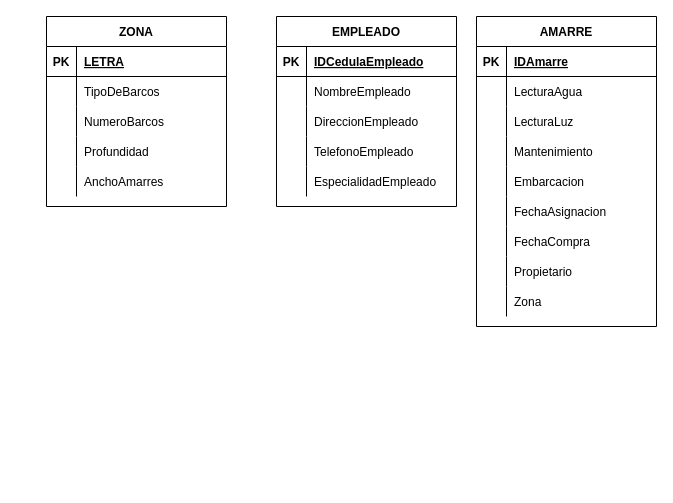
Above: bases de datos/ejercicio 26-10-21/ejercicio 1.drawio in Krono159/bases-de-datos (draw.io), before the change. Source tidied: cells renumbered, new cells numbered last; positions are measured from the earlier drawing's top-left corner, leaving out a move shared by most shapes. Both pictures are drawn from the tidied source at 100%, with x=0, y=0 at pixel (46, 16).
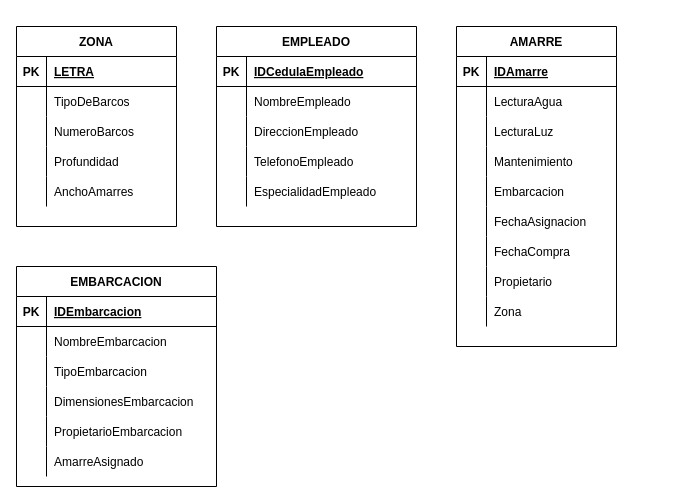
The same diagram, later.

Commit message:
Añadida tabla embarcacion

Diff of the diagram source:
```diff
@@
     <mxCell id="2" value="ZONA" style="shape=table;startSize=30;childLayout=tableLayout;rowLines=0;fontStyle=1;align=center;" parent="1" vertex="1">
-      <mxGeometry width="180" height="190" as="geometry" />
+      <mxGeometry x="-30" y="10" width="160" height="200" as="geometry" />
     </mxCell>
     <mxCell id="3" style="shape=partialRectangle;fillColor=none;top=0;left=0;bottom=1;right=0;" parent="2" vertex="1">
-      <mxGeometry y="30" width="180" height="30" as="geometry" />
+      <mxGeometry y="30" width="160" height="30" as="geometry" />
     </mxCell>
@@
     <mxCell id="5" value="LETRA" style="shape=partialRectangle;fillColor=none;top=0;left=0;bottom=0;right=0;align=left;spacingLeft=6;fontStyle=5;overflow=hidden;" parent="3" vertex="1">
-      <mxGeometry x="30" width="150" height="30" as="geometry" />
+      <mxGeometry x="30" width="130" height="30" as="geometry" />
     </mxCell>
     <mxCell id="6" style="shape=partialRectangle;fillColor=none;top=0;left=0;bottom=0;right=0;" parent="2" vertex="1">
-      <mxGeometry y="60" width="180" height="30" as="geometry" />
+      <mxGeometry y="60" width="160" height="30" as="geometry" />
     </mxCell>
@@
     <mxCell id="8" value="TipoDeBarcos" style="shape=partialRectangle;fillColor=none;top=0;left=0;bottom=0;right=0;align=left;spacingLeft=6;overflow=hidden;" parent="6" vertex="1">
-      <mxGeometry x="30" width="150" height="30" as="geometry" />
+      <mxGeometry x="30" width="130" height="30" as="geometry" />
     </mxCell>
     <mxCell id="9" style="shape=partialRectangle;fillColor=none;top=0;left=0;bottom=0;right=0;" parent="2" vertex="1">
-      <mxGeometry y="90" width="180" height="30" as="geometry" />
+      <mxGeometry y="90" width="160" height="30" as="geometry" />
     </mxCell>
@@
     <mxCell id="11" value="NumeroBarcos" style="shape=partialRectangle;fillColor=none;top=0;left=0;bottom=0;right=0;align=left;spacingLeft=6;overflow=hidden;" parent="9" vertex="1">
-      <mxGeometry x="30" width="150" height="30" as="geometry" />
+      <mxGeometry x="30" width="130" height="30" as="geometry" />
     </mxCell>
     <mxCell id="12" style="shape=partialRectangle;fillColor=none;top=0;left=0;bottom=0;right=0;" parent="2" vertex="1">
-      <mxGeometry y="120" width="180" height="30" as="geometry" />
+      <mxGeometry y="120" width="160" height="30" as="geometry" />
     </mxCell>
@@
     <mxCell id="14" value="Profundidad" style="shape=partialRectangle;fillColor=none;top=0;left=0;bottom=0;right=0;align=left;spacingLeft=6;overflow=hidden;" parent="12" vertex="1">
-      <mxGeometry x="30" width="150" height="30" as="geometry" />
+      <mxGeometry x="30" width="130" height="30" as="geometry" />
     </mxCell>
     <mxCell id="15" style="shape=partialRectangle;fillColor=none;top=0;left=0;bottom=0;right=0;" parent="2" vertex="1">
-      <mxGeometry y="150" width="180" height="30" as="geometry" />
+      <mxGeometry y="150" width="160" height="30" as="geometry" />
     </mxCell>
@@
     <mxCell id="17" value="AnchoAmarres" style="shape=partialRectangle;fillColor=none;top=0;left=0;bottom=0;right=0;align=left;spacingLeft=6;overflow=hidden;" parent="15" vertex="1">
-      <mxGeometry x="30" width="150" height="30" as="geometry" />
+      <mxGeometry x="30" width="130" height="30" as="geometry" />
     </mxCell>
     <mxCell id="18" value="EMPLEADO" style="shape=table;startSize=30;childLayout=tableLayout;rowLines=0;fontStyle=1;align=center;" parent="1" vertex="1">
-      <mxGeometry x="230" width="180" height="190" as="geometry" />
+      <mxGeometry x="170" y="10" width="200" height="200" as="geometry" />
     </mxCell>
     <mxCell id="19" style="shape=partialRectangle;fillColor=none;top=0;left=0;bottom=1;right=0;" parent="18" vertex="1">
-      <mxGeometry y="30" width="180" height="30" as="geometry" />
+      <mxGeometry y="30" width="200" height="30" as="geometry" />
     </mxCell>
@@
     <mxCell id="21" value="IDCedulaEmpleado" style="shape=partialRectangle;fillColor=none;top=0;left=0;bottom=0;right=0;align=left;spacingLeft=6;fontStyle=5;overflow=hidden;" parent="19" vertex="1">
-      <mxGeometry x="30" width="150" height="30" as="geometry" />
+      <mxGeometry x="30" width="170" height="30" as="geometry" />
     </mxCell>
     <mxCell id="22" style="shape=partialRectangle;fillColor=none;top=0;left=0;bottom=0;right=0;" parent="18" vertex="1">
-      <mxGeometry y="60" width="180" height="30" as="geometry" />
+      <mxGeometry y="60" width="200" height="30" as="geometry" />
     </mxCell>
@@
     <mxCell id="24" value="NombreEmpleado" style="shape=partialRectangle;fillColor=none;top=0;left=0;bottom=0;right=0;align=left;spacingLeft=6;overflow=hidden;" parent="22" vertex="1">
-      <mxGeometry x="30" width="150" height="30" as="geometry" />
+      <mxGeometry x="30" width="170" height="30" as="geometry" />
     </mxCell>
     <mxCell id="25" style="shape=partialRectangle;fillColor=none;top=0;left=0;bottom=0;right=0;" parent="18" vertex="1">
-      <mxGeometry y="90" width="180" height="30" as="geometry" />
+      <mxGeometry y="90" width="200" height="30" as="geometry" />
     </mxCell>
@@
     <mxCell id="27" value="DireccionEmpleado" style="shape=partialRectangle;fillColor=none;top=0;left=0;bottom=0;right=0;align=left;spacingLeft=6;overflow=hidden;" parent="25" vertex="1">
-      <mxGeometry x="30" width="150" height="30" as="geometry" />
+      <mxGeometry x="30" width="170" height="30" as="geometry" />
     </mxCell>
     <mxCell id="28" style="shape=partialRectangle;fillColor=none;top=0;left=0;bottom=0;right=0;" parent="18" vertex="1">
-      <mxGeometry y="120" width="180" height="30" as="geometry" />
+      <mxGeometry y="120" width="200" height="30" as="geometry" />
     </mxCell>
@@
     <mxCell id="30" value="TelefonoEmpleado" style="shape=partialRectangle;fillColor=none;top=0;left=0;bottom=0;right=0;align=left;spacingLeft=6;overflow=hidden;" parent="28" vertex="1">
-      <mxGeometry x="30" width="150" height="30" as="geometry" />
+      <mxGeometry x="30" width="170" height="30" as="geometry" />
     </mxCell>
     <mxCell id="31" style="shape=partialRectangle;fillColor=none;top=0;left=0;bottom=0;right=0;" parent="18" vertex="1">
-      <mxGeometry y="150" width="180" height="30" as="geometry" />
+      <mxGeometry y="150" width="200" height="30" as="geometry" />
     </mxCell>
@@
     <mxCell id="33" value="EspecialidadEmpleado" style="shape=partialRectangle;fillColor=none;top=0;left=0;bottom=0;right=0;align=left;spacingLeft=6;overflow=hidden;" parent="31" vertex="1">
-      <mxGeometry x="30" width="150" height="30" as="geometry" />
+      <mxGeometry x="30" width="170" height="30" as="geometry" />
     </mxCell>
     <mxCell id="34" value="AMARRE" style="shape=table;startSize=30;childLayout=tableLayout;rowLines=0;fontStyle=1;align=center;" parent="1" vertex="1">
-      <mxGeometry x="430" width="180" height="310" as="geometry" />
+      <mxGeometry x="410" y="10" width="160" height="320" as="geometry" />
     </mxCell>
     <mxCell id="35" style="shape=partialRectangle;fillColor=none;top=0;left=0;bottom=1;right=0;" parent="34" vertex="1">
-      <mxGeometry y="30" width="180" height="30" as="geometry" />
+      <mxGeometry y="30" width="160" height="30" as="geometry" />
     </mxCell>
@@
     <mxCell id="37" value="IDAmarre" style="shape=partialRectangle;fillColor=none;top=0;left=0;bottom=0;right=0;align=left;spacingLeft=6;fontStyle=5;overflow=hidden;" parent="35" vertex="1">
-      <mxGeometry x="30" width="150" height="30" as="geometry" />
+      <mxGeometry x="30" width="130" height="30" as="geometry" />
     </mxCell>
     <mxCell id="38" style="shape=partialRectangle;fillColor=none;top=0;left=0;bottom=0;right=0;" parent="34" vertex="1">
-      <mxGeometry y="60" width="180" height="30" as="geometry" />
+      <mxGeometry y="60" width="160" height="30" as="geometry" />
     </mxCell>
@@
     <mxCell id="40" value="LecturaAgua" style="shape=partialRectangle;fillColor=none;top=0;left=0;bottom=0;right=0;align=left;spacingLeft=6;overflow=hidden;" parent="38" vertex="1">
-      <mxGeometry x="30" width="150" height="30" as="geometry" />
+      <mxGeometry x="30" width="130" height="30" as="geometry" />
     </mxCell>
     <mxCell id="41" style="shape=partialRectangle;fillColor=none;top=0;left=0;bottom=0;right=0;" parent="34" vertex="1">
-      <mxGeometry y="90" width="180" height="30" as="geometry" />
+      <mxGeometry y="90" width="160" height="30" as="geometry" />
     </mxCell>
@@
     <mxCell id="43" value="LecturaLuz" style="shape=partialRectangle;fillColor=none;top=0;left=0;bottom=0;right=0;align=left;spacingLeft=6;overflow=hidden;" parent="41" vertex="1">
-      <mxGeometry x="30" width="150" height="30" as="geometry" />
+      <mxGeometry x="30" width="130" height="30" as="geometry" />
     </mxCell>
     <mxCell id="44" style="shape=partialRectangle;fillColor=none;top=0;left=0;bottom=0;right=0;" parent="34" vertex="1">
-      <mxGeometry y="120" width="180" height="30" as="geometry" />
+      <mxGeometry y="120" width="160" height="30" as="geometry" />
     </mxCell>
@@
     <mxCell id="46" value="Mantenimiento" style="shape=partialRectangle;fillColor=none;top=0;left=0;bottom=0;right=0;align=left;spacingLeft=6;overflow=hidden;" parent="44" vertex="1">
-      <mxGeometry x="30" width="150" height="30" as="geometry" />
+      <mxGeometry x="30" width="130" height="30" as="geometry" />
     </mxCell>
     <mxCell id="47" style="shape=partialRectangle;fillColor=none;top=0;left=0;bottom=0;right=0;" parent="34" vertex="1">
-      <mxGeometry y="150" width="180" height="30" as="geometry" />
+      <mxGeometry y="150" width="160" height="30" as="geometry" />
     </mxCell>
@@
     <mxCell id="49" value="Embarcacion" style="shape=partialRectangle;fillColor=none;top=0;left=0;bottom=0;right=0;align=left;spacingLeft=6;overflow=hidden;" parent="47" vertex="1">
-      <mxGeometry x="30" width="150" height="30" as="geometry" />
+      <mxGeometry x="30" width="130" height="30" as="geometry" />
     </mxCell>
     <mxCell id="50" style="shape=partialRectangle;fillColor=none;top=0;left=0;bottom=0;right=0;" parent="34" vertex="1">
-      <mxGeometry y="180" width="180" height="30" as="geometry" />
+      <mxGeometry y="180" width="160" height="30" as="geometry" />
     </mxCell>
@@
     <mxCell id="52" value="FechaAsignacion" style="shape=partialRectangle;fillColor=none;top=0;left=0;bottom=0;right=0;align=left;spacingLeft=6;overflow=hidden;" parent="50" vertex="1">
-      <mxGeometry x="30" width="150" height="30" as="geometry" />
+      <mxGeometry x="30" width="130" height="30" as="geometry" />
     </mxCell>
     <mxCell id="53" style="shape=partialRectangle;fillColor=none;top=0;left=0;bottom=0;right=0;" parent="34" vertex="1">
-      <mxGeometry y="210" width="180" height="30" as="geometry" />
+      <mxGeometry y="210" width="160" height="30" as="geometry" />
     </mxCell>
@@
     <mxCell id="55" value="FechaCompra" style="shape=partialRectangle;fillColor=none;top=0;left=0;bottom=0;right=0;align=left;spacingLeft=6;overflow=hidden;" parent="53" vertex="1">
-      <mxGeometry x="30" width="150" height="30" as="geometry" />
+      <mxGeometry x="30" width="130" height="30" as="geometry" />
     </mxCell>
     <mxCell id="56" style="shape=partialRectangle;fillColor=none;top=0;left=0;bottom=0;right=0;" parent="34" vertex="1">
-      <mxGeometry y="240" width="180" height="30" as="geometry" />
+      <mxGeometry y="240" width="160" height="30" as="geometry" />
     </mxCell>
@@
     <mxCell id="58" value="Propietario" style="shape=partialRectangle;fillColor=none;top=0;left=0;bottom=0;right=0;align=left;spacingLeft=6;overflow=hidden;" parent="56" vertex="1">
-      <mxGeometry x="30" width="150" height="30" as="geometry" />
+      <mxGeometry x="30" width="130" height="30" as="geometry" />
     </mxCell>
     <mxCell id="59" style="shape=partialRectangle;fillColor=none;top=0;left=0;bottom=0;right=0;" parent="34" vertex="1">
-      <mxGeometry y="270" width="180" height="30" as="geometry" />
+      <mxGeometry y="270" width="160" height="30" as="geometry" />
     </mxCell>
@@
     <mxCell id="61" value="Zona" style="shape=partialRectangle;fillColor=none;top=0;left=0;bottom=0;right=0;align=left;spacingLeft=6;overflow=hidden;" parent="59" vertex="1">
-      <mxGeometry x="30" width="150" height="30" as="geometry" />
+      <mxGeometry x="30" width="130" height="30" as="geometry" />
     </mxCell>
+    <mxCell id="62" value="EMBARCACION" style="shape=table;startSize=30;childLayout=tableLayout;rowLines=0;fontStyle=1;align=center;" parent="1" vertex="1">
+      <mxGeometry x="-30" y="250" width="200" height="220" as="geometry" />
+    </mxCell>
+    <mxCell id="63" style="shape=partialRectangle;fillColor=none;top=0;left=0;bottom=1;right=0;" parent="62" vertex="1">
+      <mxGeometry y="30" width="200" height="30" as="geometry" />
+    </mxCell>
+    <mxCell id="64" value="PK" style="shape=partialRectangle;fillColor=none;top=0;left=0;bottom=0;right=0;fontStyle=1;overflow=hidden;" parent="63" vertex="1">
+      <mxGeometry width="30" height="30" as="geometry" />
+    </mxCell>
+    <mxCell id="65" value="IDEmbarcacion" style="shape=partialRectangle;fillColor=none;top=0;left=0;bottom=0;right=0;align=left;spacingLeft=6;fontStyle=5;overflow=hidden;" parent="63" vertex="1">
+      <mxGeometry x="30" width="170" height="30" as="geometry" />
+    </mxCell>
+    <mxCell id="66" style="shape=partialRectangle;fillColor=none;top=0;left=0;bottom=0;right=0;" parent="62" vertex="1">
+      <mxGeometry y="60" width="200" height="30" as="geometry" />
+    </mxCell>
+    <mxCell id="67" style="shape=partialRectangle;fillColor=none;top=0;left=0;bottom=0;right=0;overflow=hidden;" parent="66" vertex="1">
+      <mxGeometry width="30" height="30" as="geometry" />
+    </mxCell>
+    <mxCell id="68" value="NombreEmbarcacion" style="shape=partialRectangle;fillColor=none;top=0;left=0;bottom=0;right=0;align=left;spacingLeft=6;overflow=hidden;" parent="66" vertex="1">
+      <mxGeometry x="30" width="170" height="30" as="geometry" />
+    </mxCell>
+    <mxCell id="69" style="shape=partialRectangle;fillColor=none;top=0;left=0;bottom=0;right=0;" parent="62" vertex="1">
+      <mxGeometry y="90" width="200" height="30" as="geometry" />
+    </mxCell>
+    <mxCell id="70" style="shape=partialRectangle;fillColor=none;top=0;left=0;bottom=0;right=0;overflow=hidden;" parent="69" vertex="1">
+      <mxGeometry width="30" height="30" as="geometry" />
+    </mxCell>
+    <mxCell id="71" value="TipoEmbarcacion" style="shape=partialRectangle;fillColor=none;top=0;left=0;bottom=0;right=0;align=left;spacingLeft=6;overflow=hidden;" parent="69" vertex="1">
+      <mxGeometry x="30" width="170" height="30" as="geometry" />
+    </mxCell>
+    <mxCell id="72" style="shape=partialRectangle;fillColor=none;top=0;left=0;bottom=0;right=0;" parent="62" vertex="1">
+      <mxGeometry y="120" width="200" height="30" as="geometry" />
+    </mxCell>
+    <mxCell id="73" style="shape=partialRectangle;fillColor=none;top=0;left=0;bottom=0;right=0;overflow=hidden;" parent="72" vertex="1">
+      <mxGeometry width="30" height="30" as="geometry" />
+    </mxCell>
+    <mxCell id="74" value="DimensionesEmbarcacion" style="shape=partialRectangle;fillColor=none;top=0;left=0;bottom=0;right=0;align=left;spacingLeft=6;overflow=hidden;" parent="72" vertex="1">
+      <mxGeometry x="30" width="170" height="30" as="geometry" />
+    </mxCell>
+    <mxCell id="75" style="shape=partialRectangle;fillColor=none;top=0;left=0;bottom=0;right=0;" parent="62" vertex="1">
+      <mxGeometry y="150" width="200" height="30" as="geometry" />
+    </mxCell>
+    <mxCell id="76" style="shape=partialRectangle;fillColor=none;top=0;left=0;bottom=0;right=0;overflow=hidden;" parent="75" vertex="1">
+      <mxGeometry width="30" height="30" as="geometry" />
+    </mxCell>
+    <mxCell id="77" value="PropietarioEmbarcacion    " style="shape=partialRectangle;fillColor=none;top=0;left=0;bottom=0;right=0;align=left;spacingLeft=6;overflow=hidden;" parent="75" vertex="1">
+      <mxGeometry x="30" width="170" height="30" as="geometry" />
+    </mxCell>
+    <mxCell id="78" style="shape=partialRectangle;fillColor=none;top=0;left=0;bottom=0;right=0;" parent="62" vertex="1">
+      <mxGeometry y="180" width="200" height="30" as="geometry" />
+    </mxCell>
+    <mxCell id="79" style="shape=partialRectangle;fillColor=none;top=0;left=0;bottom=0;right=0;overflow=hidden;" parent="78" vertex="1">
+      <mxGeometry width="30" height="30" as="geometry" />
+    </mxCell>
+    <mxCell id="80" value="AmarreAsignado" style="shape=partialRectangle;fillColor=none;top=0;left=0;bottom=0;right=0;align=left;spacingLeft=6;overflow=hidden;" parent="78" vertex="1">
+      <mxGeometry x="30" width="170" height="30" as="geometry" />
+    </mxCell>
```
